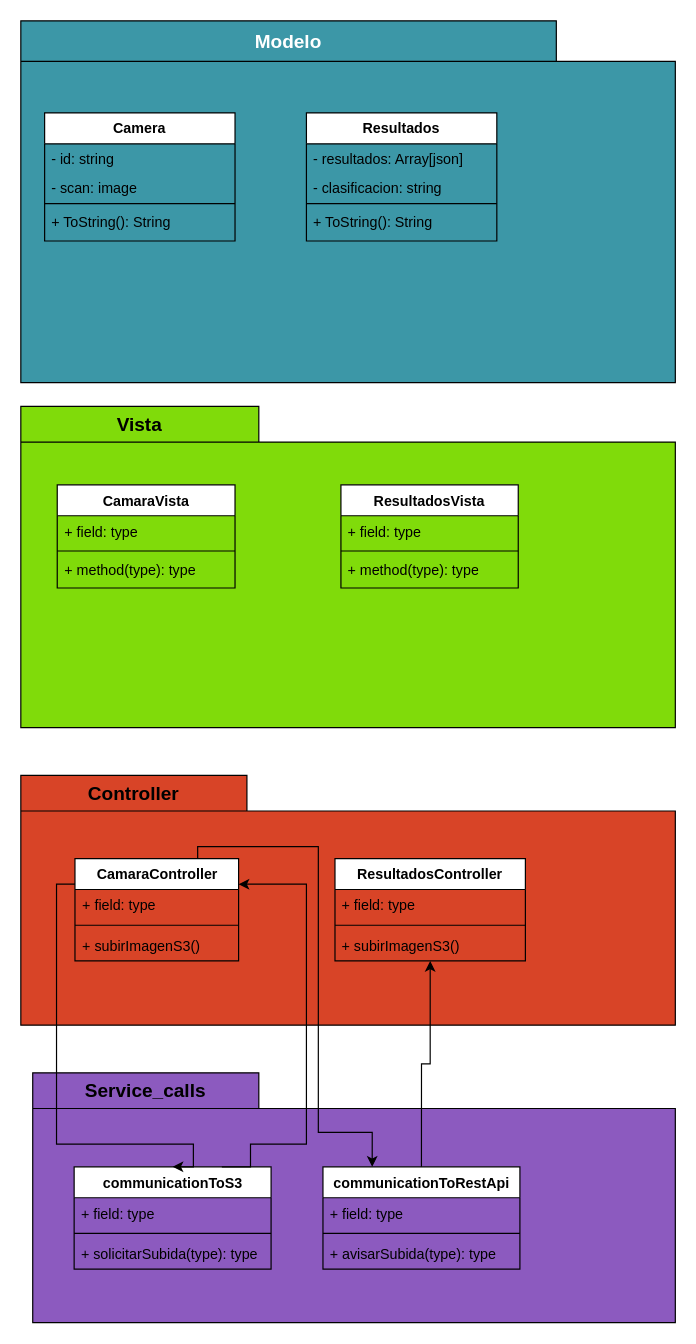
Above: Diseno_del_Frontend/Diagrama de capas y clases/Diagrama de capas.drawio in Manollito/ProyectoDiseno (draw.io), before the change. Source tidied: cells renumbered, new cells numbered last; positions are measured from the earlier drawing's top-left corner, leaving out a move shared by most shapes. Both pictures are drawn from the tidied source at 119%, with x=0, y=0 at pixel (20, 20).
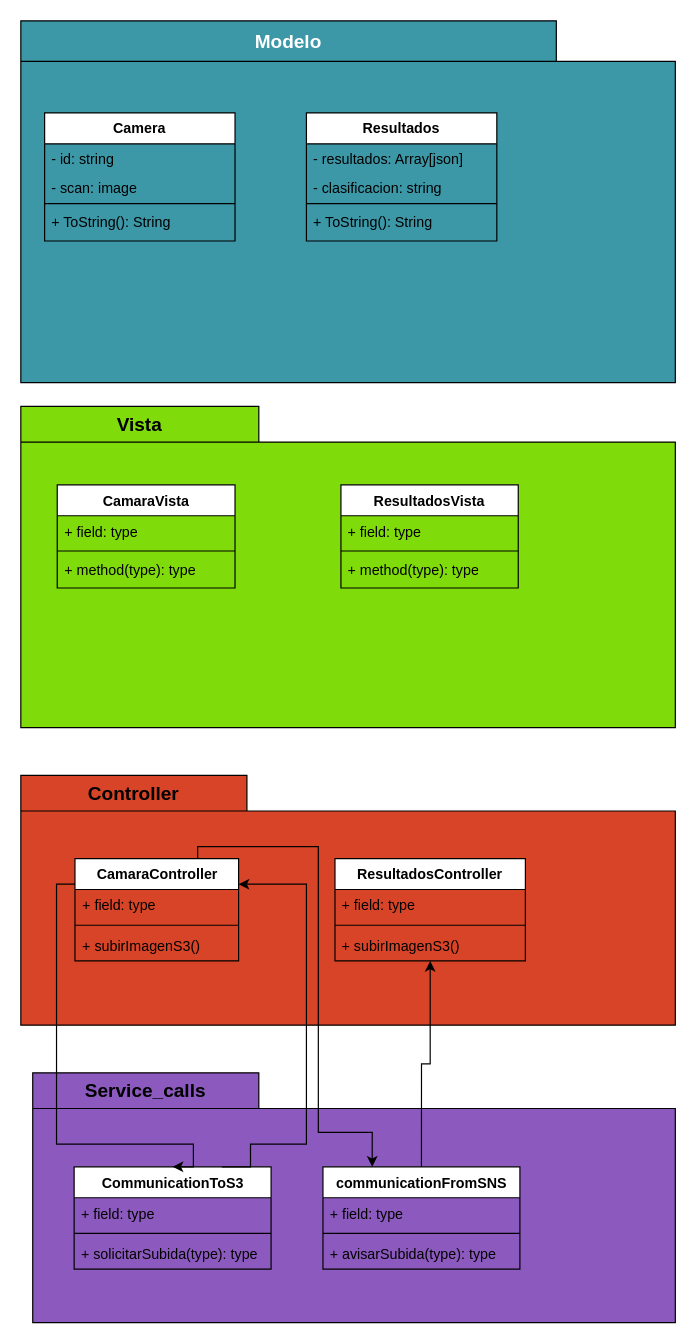
The same page after the edit.

The change refers to these unchanged cells:
```xml
<mxCell id="31" value="&lt;font style=&quot;font-size: 16px;&quot;&gt;Service_calls&lt;/font&gt;" style="shape=folder;fontStyle=1;tabWidth=190;tabHeight=30;tabPosition=left;html=1;boundedLbl=1;labelInHeader=1;whiteSpace=wrap;fillColor=#8C5ABF;" parent="1" vertex="1">
  <mxGeometry x="10" y="884" width="540" height="210" as="geometry" />
</mxCell>
```

Change to the diagram source:
```diff
@@
-    <mxCell id="33" value="communicationToS3" style="swimlane;fontStyle=1;align=center;verticalAlign=top;horizontal=1;startSize=26;whiteSpace=wrap;html=1;" parent="31" vertex="1">
+    <mxCell id="33" value="CommunicationToS3" style="swimlane;fontStyle=1;align=center;verticalAlign=top;horizontal=1;startSize=26;whiteSpace=wrap;html=1;" parent="31" vertex="1">
       <mxGeometry x="34.8" y="79" width="165.5" height="86" as="geometry" />
     </mxCell>
@@
-    <mxCell id="37" value="communicationToRestApi" style="swimlane;fontStyle=1;align=center;verticalAlign=top;horizontal=1;startSize=26;whiteSpace=wrap;html=1;" parent="31" vertex="1">
+    <mxCell id="37" value="communicationFromSNS" style="swimlane;fontStyle=1;align=center;verticalAlign=top;horizontal=1;startSize=26;whiteSpace=wrap;html=1;" parent="31" vertex="1">
       <mxGeometry x="243.9" y="79" width="165.5" height="86" as="geometry" />
     </mxCell>
```
